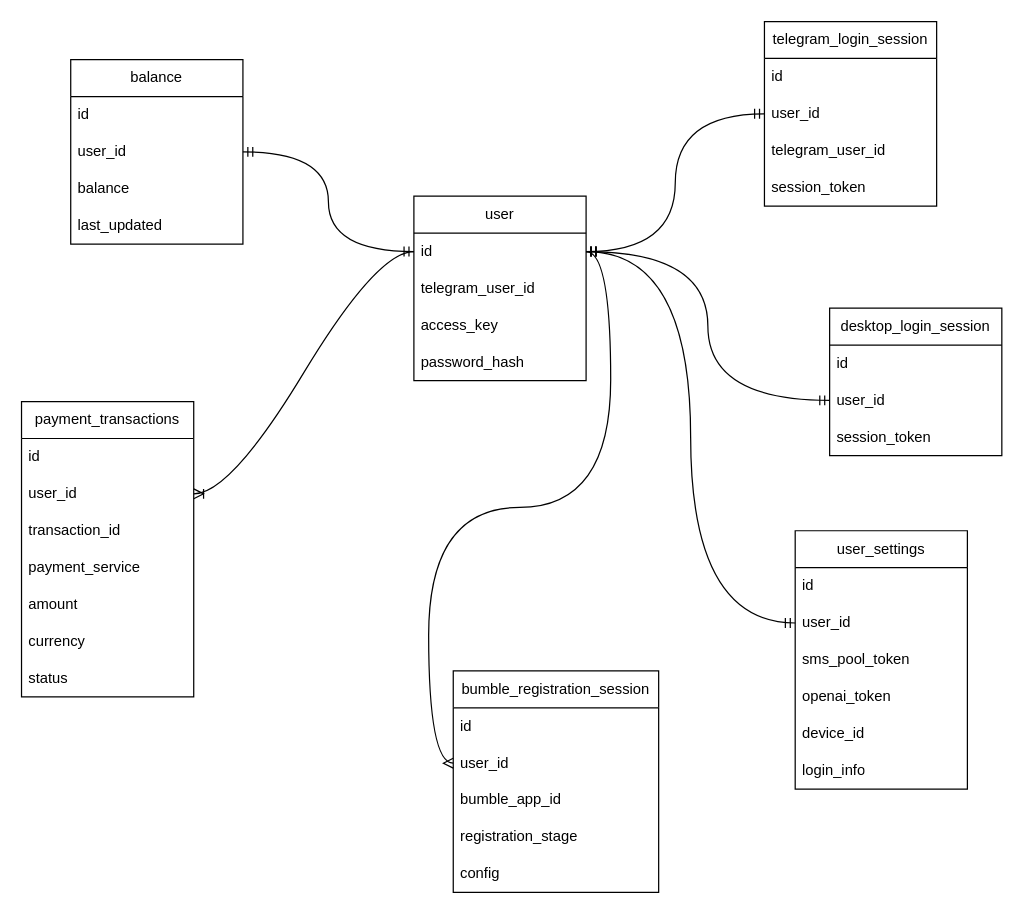
MoldavianDron/bumble_backend keeps this draw.io diagram as ERD.drawio. Above is the earlier version. Source tidied: cells renumbered, new cells numbered last; positions are measured from the earlier drawing's top-left corner, leaving out a move shared by most shapes. Both pictures are drawn from the tidied source at 123%, with x=0, y=0 at pixel (21, 21).
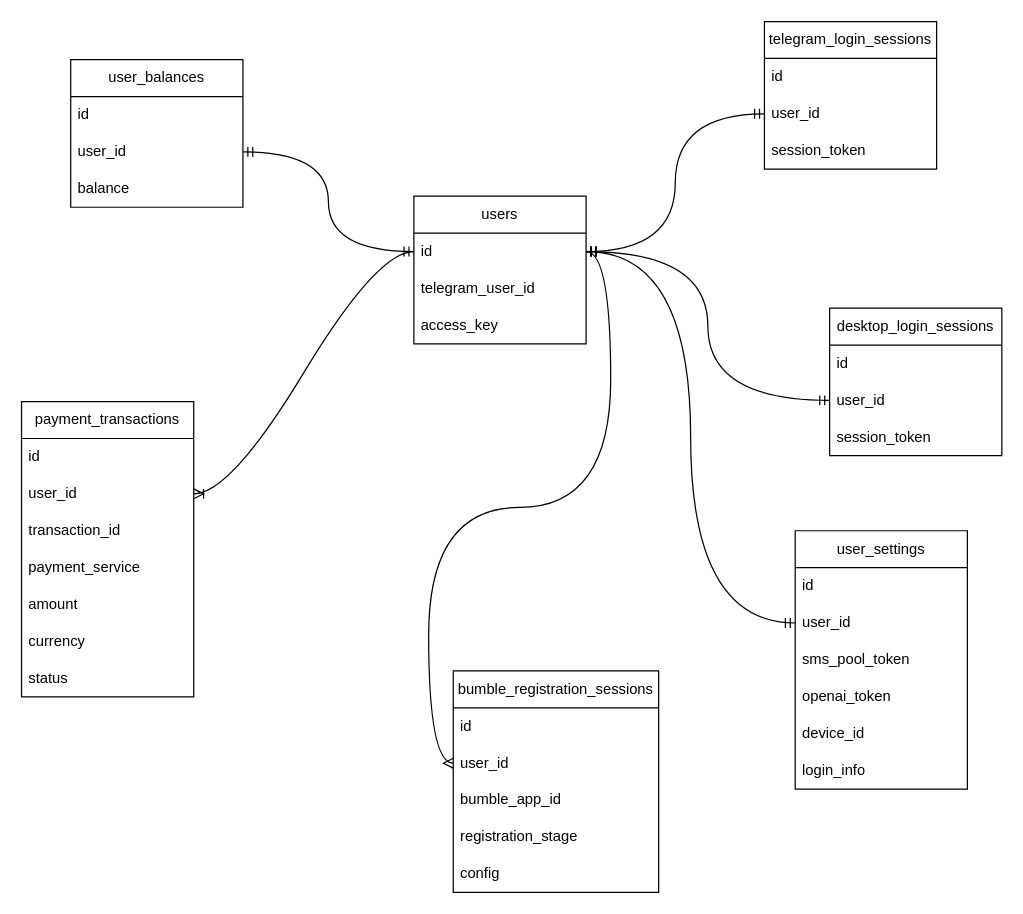
Above is the later version.

What changed in the source:
```diff
@@
-    <mxCell id="2" value="user" style="swimlane;fontStyle=0;horizontal=1;startSize=30;whiteSpace=wrap;html=1;" parent="1" vertex="1">
-      <mxGeometry x="319" y="142" width="140" height="150" as="geometry" />
+    <mxCell id="2" value="users" style="swimlane;fontStyle=0;horizontal=1;startSize=30;whiteSpace=wrap;html=1;" parent="1" vertex="1">
+      <mxGeometry x="319" y="142" width="140" height="120" as="geometry" />
     </mxCell>
@@
-    <mxCell id="6" value="password_hash" style="text;strokeColor=none;fillColor=none;align=left;verticalAlign=middle;spacingLeft=4;spacingRight=4;overflow=hidden;whiteSpace=wrap;html=1;" parent="2" vertex="1">
-      <mxGeometry y="120" width="140" height="30" as="geometry" />
-    </mxCell>
-    <mxCell id="7" value="telegram_login_session" style="swimlane;fontStyle=0;horizontal=1;startSize=30;whiteSpace=wrap;html=1;" parent="1" vertex="1">
-      <mxGeometry x="604" width="140" height="150" as="geometry" />
+    <mxCell id="7" value="telegram_login_sessions" style="swimlane;fontStyle=0;horizontal=1;startSize=30;whiteSpace=wrap;html=1;" parent="1" vertex="1">
+      <mxGeometry x="604" width="140" height="120" as="geometry" />
     </mxCell>
@@
-    <mxCell id="10" value="telegram_user_id" style="text;strokeColor=none;fillColor=none;align=left;verticalAlign=middle;spacingLeft=4;spacingRight=4;overflow=hidden;whiteSpace=wrap;html=1;" parent="7" vertex="1">
-      <mxGeometry y="90" width="140" height="30" as="geometry" />
-    </mxCell>
     <mxCell id="11" value="session_token" style="text;strokeColor=none;fillColor=none;align=left;verticalAlign=middle;spacingLeft=4;spacingRight=4;overflow=hidden;whiteSpace=wrap;html=1;" parent="7" vertex="1">
-      <mxGeometry y="120" width="140" height="30" as="geometry" />
+      <mxGeometry y="90" width="140" height="30" as="geometry" />
     </mxCell>
@@
-    <mxCell id="30" value="balance" style="swimlane;fontStyle=0;horizontal=1;startSize=30;whiteSpace=wrap;html=1;" parent="1" vertex="1">
-      <mxGeometry x="40" y="31" width="140" height="150" as="geometry" />
+    <mxCell id="30" value="user_balances" style="swimlane;fontStyle=0;horizontal=1;startSize=30;whiteSpace=wrap;html=1;" parent="1" vertex="1">
+      <mxGeometry x="40" y="31" width="140" height="120" as="geometry" />
     </mxCell>
@@
-    <mxCell id="34" value="last_updated" style="text;strokeColor=none;fillColor=none;align=left;verticalAlign=middle;spacingLeft=4;spacingRight=4;overflow=hidden;whiteSpace=wrap;html=1;" parent="30" vertex="1">
-      <mxGeometry y="120" width="140" height="30" as="geometry" />
-    </mxCell>
@@
-    <mxCell id="36" value="bumble_registration_session" style="swimlane;fontStyle=0;horizontal=1;startSize=30;whiteSpace=wrap;html=1;" parent="1" vertex="1">
+    <mxCell id="36" value="bumble_registration_sessions" style="swimlane;fontStyle=0;horizontal=1;startSize=30;whiteSpace=wrap;html=1;" parent="1" vertex="1">
       <mxGeometry x="351" y="528" width="167" height="180" as="geometry" />
     </mxCell>
@@
-    <mxCell id="43" value="desktop_login_session" style="swimlane;fontStyle=0;horizontal=1;startSize=30;whiteSpace=wrap;html=1;" parent="1" vertex="1">
+    <mxCell id="43" value="desktop_login_sessions" style="swimlane;fontStyle=0;horizontal=1;startSize=30;whiteSpace=wrap;html=1;" parent="1" vertex="1">
       <mxGeometry x="657" y="233" width="140" height="120" as="geometry" />
     </mxCell>
```
